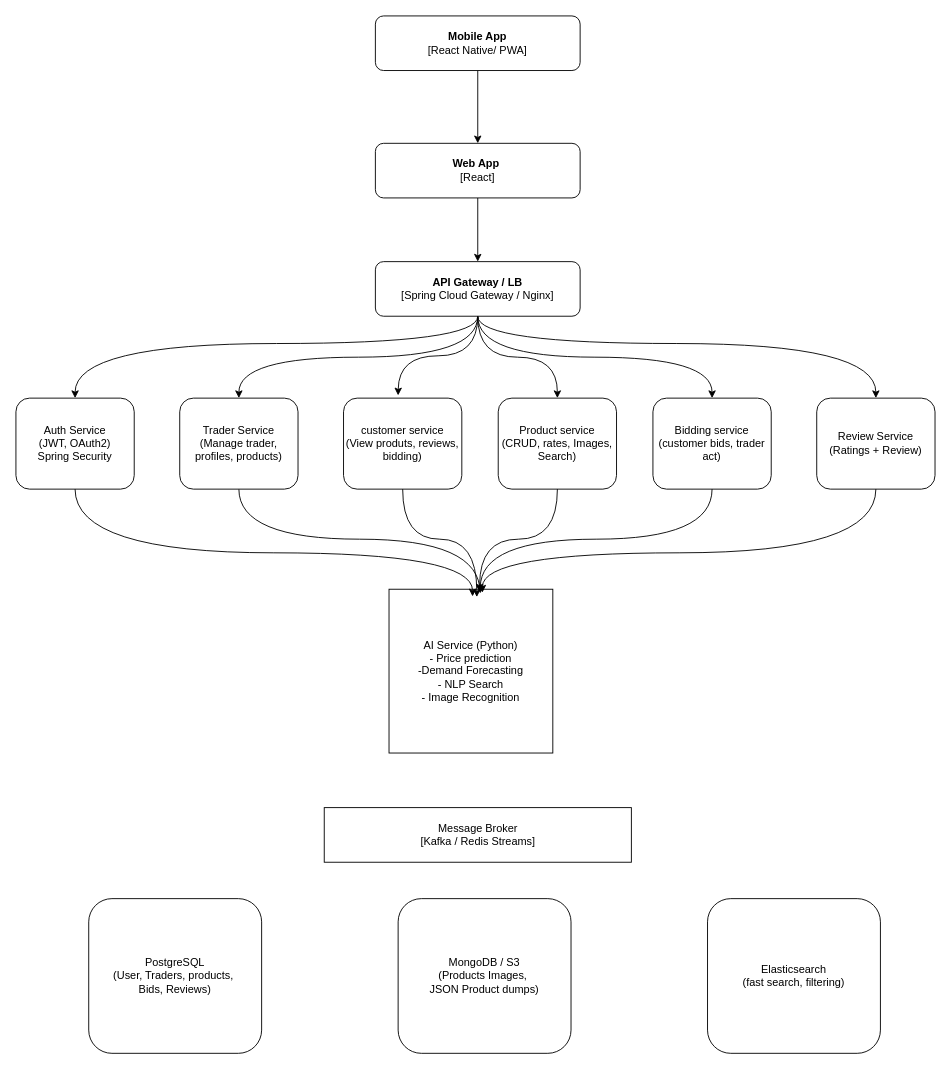
Earlier version of the draw.io diagram docs/architecture/high-level-design/Application HLD.drawio (Ajax-07/FreshBazaar). Source tidied: cells renumbered, new cells numbered last; positions are measured from the earlier drawing's top-left corner, leaving out a move shared by most shapes. Both pictures are drawn from the tidied source at 91%, with x=0, y=0 at pixel (15, 15).
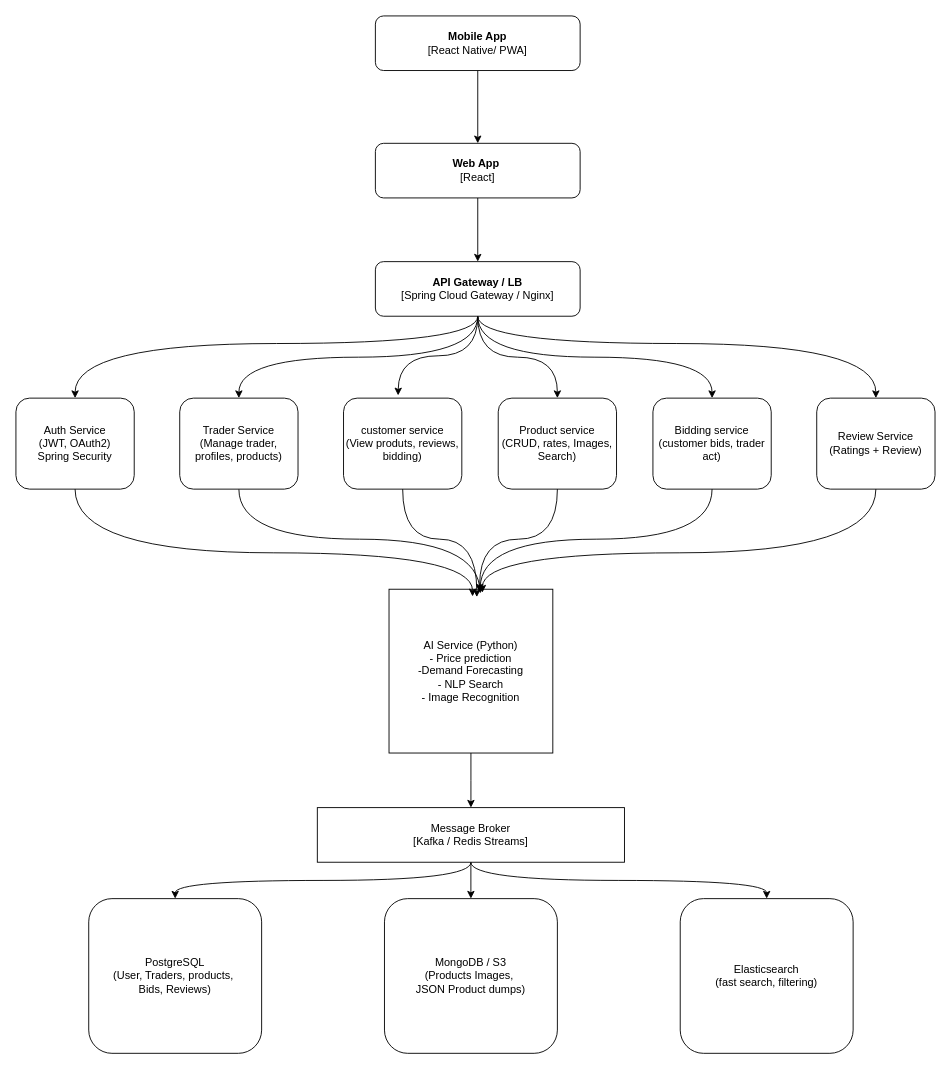
After the change.

Unchanged cells that the change refers to:
```xml
<mxCell id="20" value="AI Service (Python)&lt;div&gt;- Price prediction&lt;/div&gt;&lt;div&gt;-Demand Forecasting&lt;/div&gt;&lt;div&gt;- NLP Search&lt;/div&gt;&lt;div&gt;- Image Recognition&lt;/div&gt;" style="whiteSpace=wrap;html=1;" parent="1" vertex="1">
  <mxGeometry x="410" y="630" width="180" height="180" as="geometry" />
</mxCell>
<mxCell id="28" value="PostgreSQL&lt;div&gt;(User, Traders, products,&amp;nbsp;&lt;/div&gt;&lt;div&gt;Bids, Reviews)&lt;/div&gt;" style="rounded=1;whiteSpace=wrap;html=1;" parent="1" vertex="1">
  <mxGeometry x="80" y="970" width="190" height="170" as="geometry" />
</mxCell>
```

What changed in the source:
```diff
@@
+    <mxCell id="31" style="edgeStyle=orthogonalEdgeStyle;rounded=0;jettySize=auto;html=1;" parent="1" edge="1" source="20" target="27">
+      <mxGeometry relative="1" as="geometry" />
+    </mxCell>
@@
+    <mxCell id="32" style="edgeStyle=orthogonalEdgeStyle;curved=1;rounded=0;jettySize=auto;html=1;entryX=0.5;entryY=0;entryDx=0;entryDy=0;exitX=0.5;exitY=1;exitDx=0;exitDy=0;" parent="1" edge="1" source="27" target="28">
+      <mxGeometry relative="1" as="geometry" />
+    </mxCell>
+    <mxCell id="33" style="edgeStyle=none;rounded=0;jettySize=auto;html=1;" parent="1" edge="1" source="27" target="29">
+      <mxGeometry relative="1" as="geometry" />
+    </mxCell>
+    <mxCell id="34" style="edgeStyle=orthogonalEdgeStyle;curved=1;rounded=0;jettySize=auto;html=1;entryX=0.5;entryY=0;entryDx=0;entryDy=0;exitX=0.5;exitY=1;exitDx=0;exitDy=0;" parent="1" edge="1" source="27" target="30">
+      <mxGeometry relative="1" as="geometry" />
+    </mxCell>
     <mxCell id="27" value="Message Broker&lt;div&gt;[Kafka / Redis Streams]&lt;/div&gt;" style="rounded=0;whiteSpace=wrap;html=1;" parent="1" vertex="1">
-      <mxGeometry x="338.8" y="870" width="337.5" height="60" as="geometry" />
+      <mxGeometry x="331.2" y="870" width="337.5" height="60" as="geometry" />
     </mxCell>
@@
     <mxCell id="29" value="MongoDB / S3&lt;div&gt;(Products Images,&amp;nbsp;&lt;/div&gt;&lt;div&gt;JSON Product dumps)&lt;/div&gt;" style="rounded=1;whiteSpace=wrap;html=1;" parent="1" vertex="1">
-      <mxGeometry x="420" y="970" width="190" height="170" as="geometry" />
+      <mxGeometry x="405" y="970" width="190" height="170" as="geometry" />
     </mxCell>
     <mxCell id="30" value="Elasticsearch&lt;div&gt;(fast search, filtering)&lt;/div&gt;" style="rounded=1;whiteSpace=wrap;html=1;" parent="1" vertex="1">
-      <mxGeometry x="760" y="970" width="190" height="170" as="geometry" />
+      <mxGeometry x="730" y="970" width="190" height="170" as="geometry" />
     </mxCell>
```
